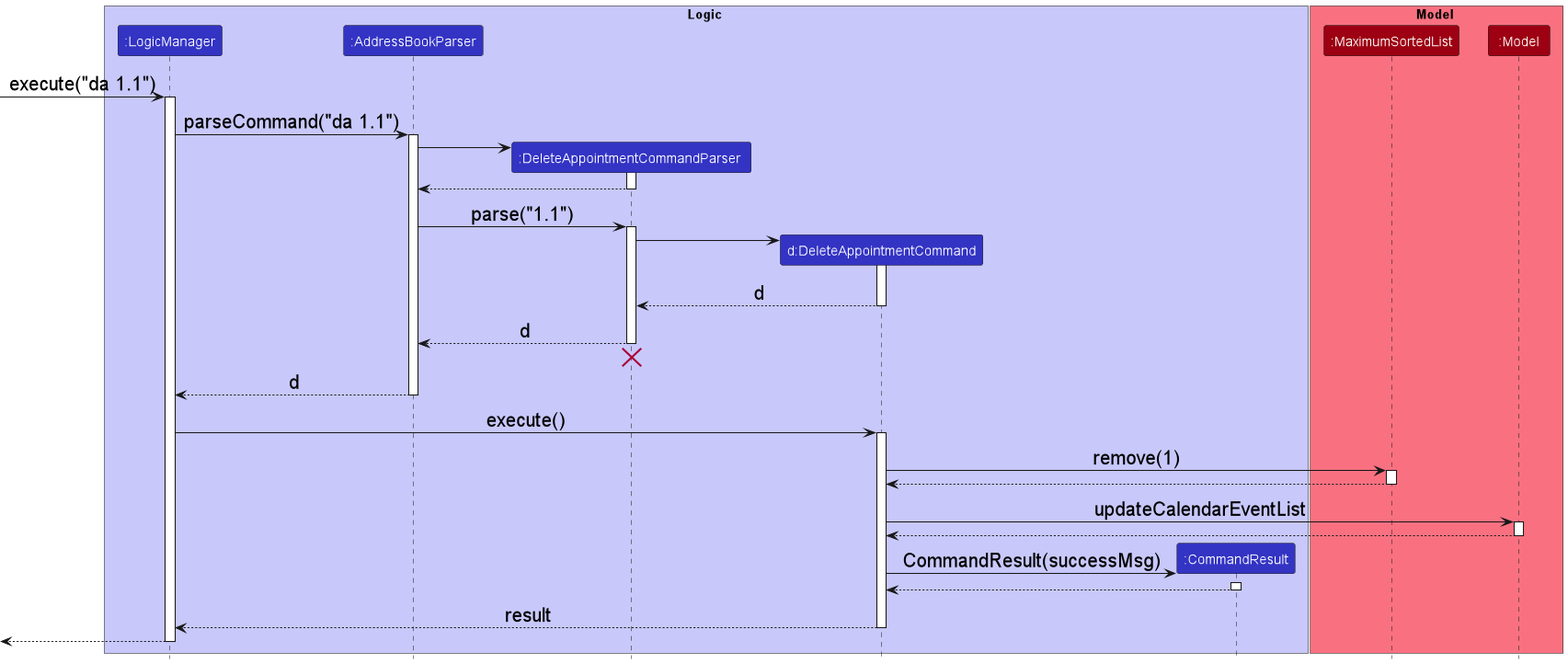
Earlier version of the PlantUML export docs/images/DeleteAppointmentCommandSequenceDiagram.png (nus-cs2103-AY2223S1/tp). Its source is kept beside it as docs/diagrams/DeleteAppointmentCommandSequenceDiagram.puml.
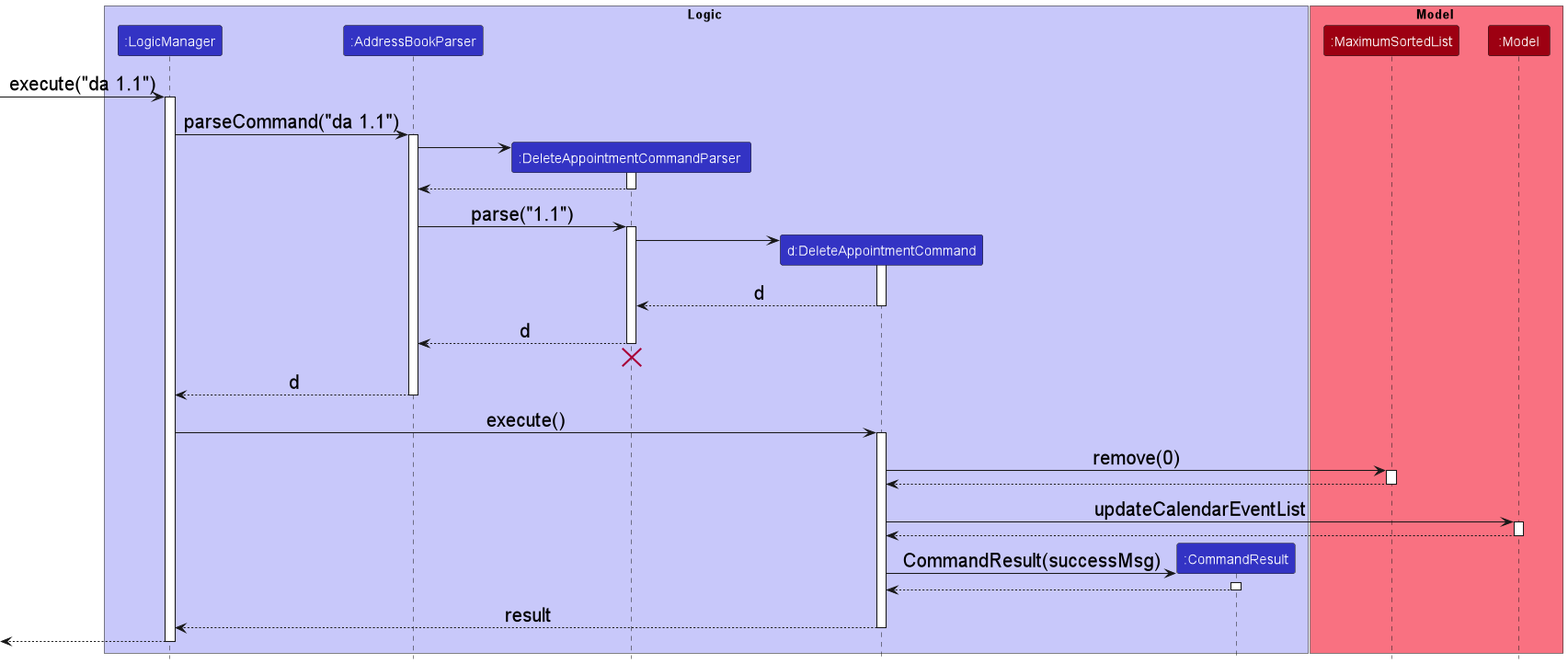
After the commit.

Diff of the diagram source:
```diff
@@ -52,7 +52,7 @@
 LogicManager -> DeleteAppointmentCommand : execute()
 activate DeleteAppointmentCommand
 
-DeleteAppointmentCommand -> MaximumSortedList : remove(1)
+DeleteAppointmentCommand -> MaximumSortedList : remove(0)
 activate MaximumSortedList
 
 MaximumSortedList --> DeleteAppointmentCommand
```
